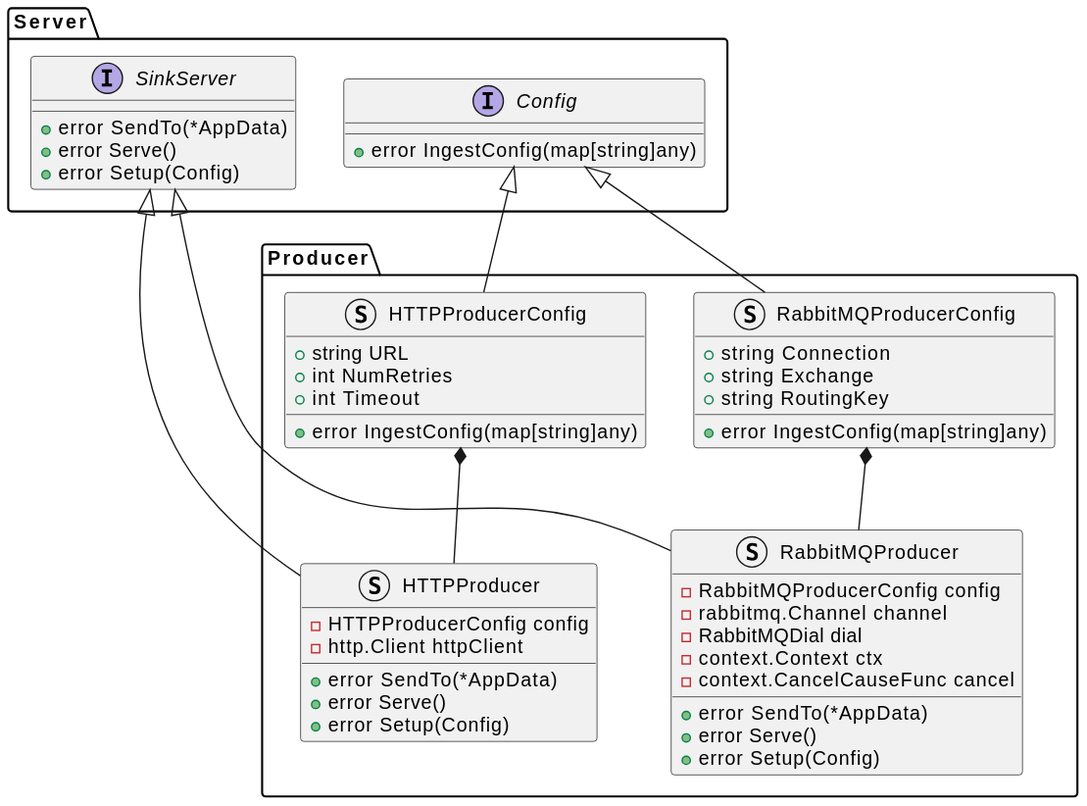
The PlantUML diagram docs/design_notes/DN1_JSON_Extractor/class_diagram_Producers.svg in xtuml/otel2pv, before a commit. Source of this version:
```plantuml
@startuml
namespace Server {
    interface SinkServer {
        +error SendTo(*AppData)
        +error Serve()
        +error Setup(Config)
    }
    interface Config {
        +error IngestConfig(map[string]any)
    }
}
namespace Producer {
    struct HTTPProducer {
        -HTTPProducerConfig config
        -http.Client httpClient
        +error SendTo(*AppData)
        +error Serve()
        +error Setup(Config)
    }
    struct RabbitMQProducer {
        -RabbitMQProducerConfig config
        -rabbitmq.Channel channel
        -RabbitMQDial dial
        -context.Context ctx
        -context.CancelCauseFunc cancel
        +error SendTo(*AppData)
        +error Serve()
        +error Setup(Config)
    }
    struct HTTPProducerConfig {
        +string URL
        +int NumRetries
        +int Timeout
        +error IngestConfig(map[string]any)
    }
    struct RabbitMQProducerConfig {
        +string Connection
        +string Exchange
        +string RoutingKey
        +error IngestConfig(map[string]any)
    }

}

Server.SinkServer <|-- Producer.HTTPProducer
Server.SinkServer <|-- Producer.RabbitMQProducer

Server.Config <|-- Producer.HTTPProducerConfig
Server.Config <|-- Producer.RabbitMQProducerConfig
Producer.HTTPProducerConfig *-- Producer.HTTPProducer
Producer.RabbitMQProducerConfig *-- Producer.RabbitMQProducer
@enduml
```
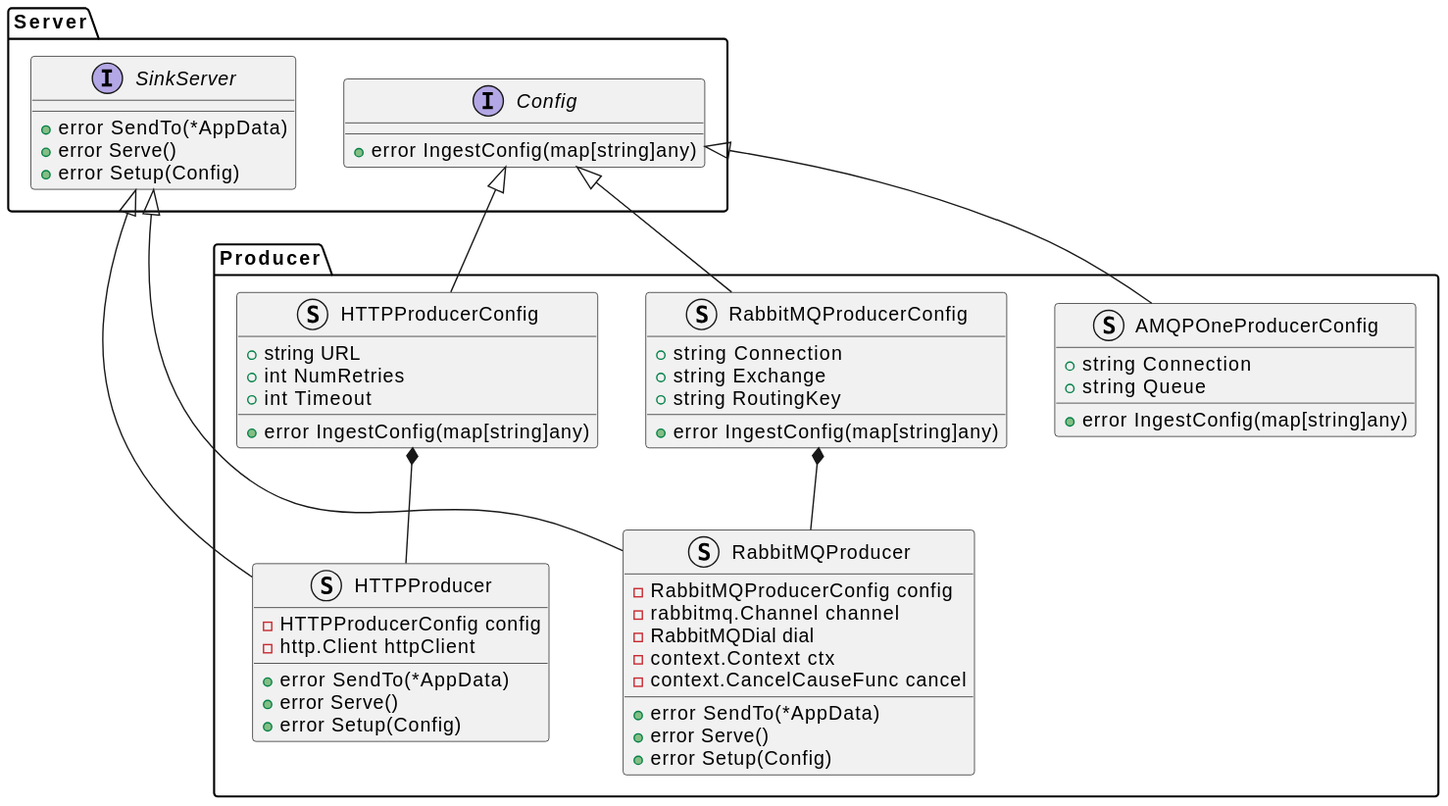
After the commit.

Commit message:
Cdsopv 131 create amqp one producer config (#70)

The edit, as a diff of the source:
```diff
@@ -39,6 +39,11 @@
         +string RoutingKey
         +error IngestConfig(map[string]any)
     }
+    struct AMQPOneProducerConfig {
+        +string Connection
+        +string Queue
+        +error IngestConfig(map[string]any)
+    }
 
 }
 
@@ -47,6 +52,7 @@
 
 Server.Config <|-- Producer.HTTPProducerConfig
 Server.Config <|-- Producer.RabbitMQProducerConfig
+Server.Config <|-- Producer.AMQPOneProducerConfig
 Producer.HTTPProducerConfig *-- Producer.HTTPProducer
 Producer.RabbitMQProducerConfig *-- Producer.RabbitMQProducer
 @enduml
```
